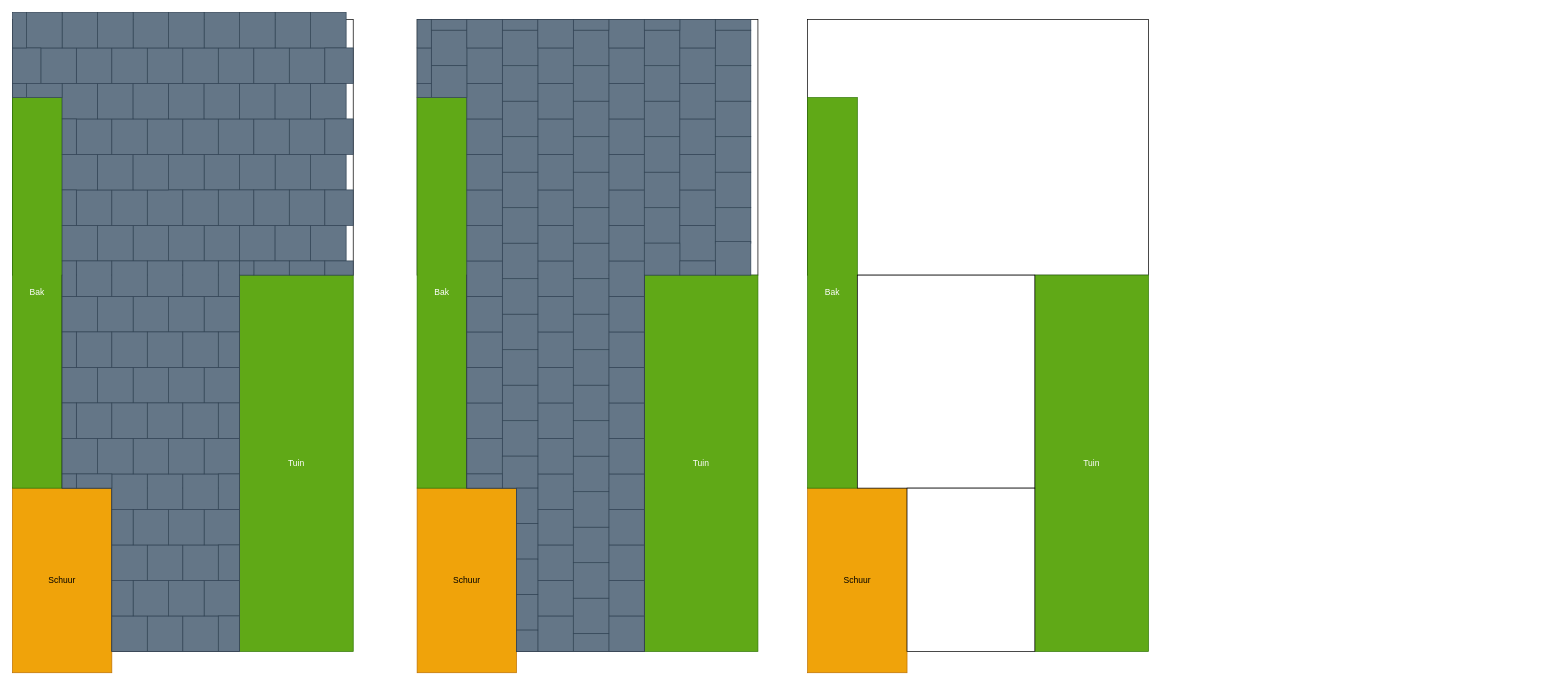
Earlier version of the draw.io diagram tuinlayout.drawio (FiekBuurman/Prompts-library). Source tidied: cells renumbered, new cells numbered last; positions are measured from the earlier drawing's top-left corner, leaving out a move shared by most shapes. Both pictures are drawn from the tidied source at 71%, with x=0, y=0 at pixel (12, 12).
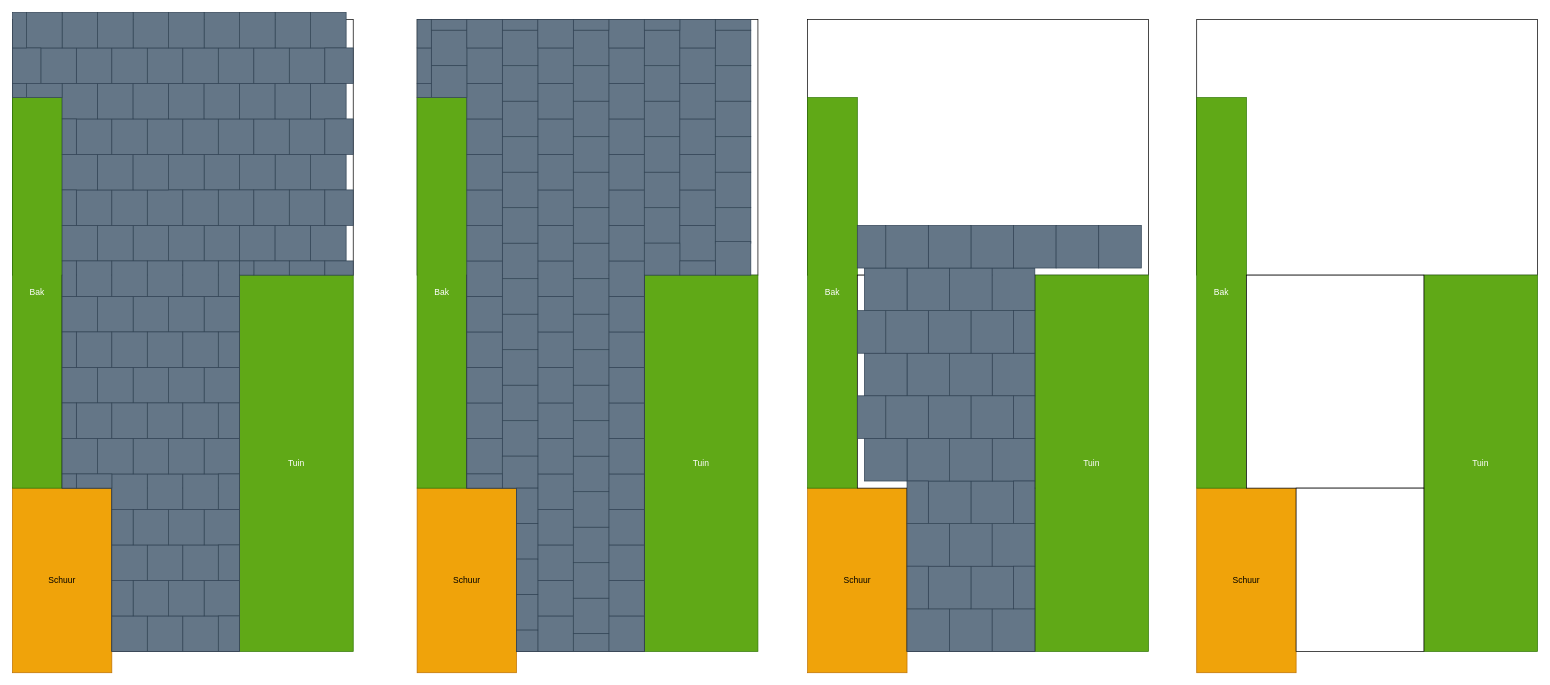
The same page after the edit.

Diff of the diagram source:
```diff
@@
+    <mxCell id="261" style="rounded=0;whiteSpace=wrap;html=1;" parent="1" vertex="1">
+      <mxGeometry x="1668" y="10" width="480" height="360" as="geometry" />
+    </mxCell>
+    <mxCell id="262" value="Tuin" style="whiteSpace=wrap;html=1;fillColor=#60a917;fontColor=#ffffff;strokeColor=#2D7600;" parent="1" vertex="1">
+      <mxGeometry x="1988" y="370" width="160" height="530" as="geometry" />
+    </mxCell>
+    <mxCell id="263" value="Schuur" style="rounded=0;whiteSpace=wrap;html=1;fillColor=#f0a30a;fontColor=#000000;strokeColor=#BD7000;" parent="1" vertex="1">
+      <mxGeometry x="1668" y="670" width="140" height="260" as="geometry" />
+    </mxCell>
+    <mxCell id="264" value="Bak" style="rounded=0;whiteSpace=wrap;html=1;fillColor=#60a917;fontColor=#ffffff;strokeColor=#2D7600;" parent="1" vertex="1">
+      <mxGeometry x="1668" y="120" width="70" height="550" as="geometry" />
+    </mxCell>
+    <mxCell id="265" style="rounded=0;whiteSpace=wrap;html=1;" parent="1" vertex="1">
+      <mxGeometry x="1738" y="370" width="250" height="300" as="geometry" />
+    </mxCell>
+    <mxCell id="266" style="rounded=0;whiteSpace=wrap;html=1;" parent="1" vertex="1">
+      <mxGeometry x="1808" y="670" width="180" height="230" as="geometry" />
+    </mxCell>
+    <mxCell id="267" style="rounded=0;whiteSpace=wrap;html=1;fillColor=#647687;strokeColor=#314354;fontColor=#ffffff;" parent="1" vertex="1">
+      <mxGeometry x="1260" y="840" width="60" height="60" as="geometry" />
+    </mxCell>
+    <mxCell id="268" style="rounded=0;whiteSpace=wrap;html=1;fillColor=#647687;strokeColor=#314354;fontColor=#ffffff;" parent="1" vertex="1">
+      <mxGeometry x="1320" y="840" width="60" height="60" as="geometry" />
+    </mxCell>
+    <mxCell id="269" style="rounded=0;whiteSpace=wrap;html=1;fillColor=#647687;strokeColor=#314354;fontColor=#ffffff;" parent="1" vertex="1">
+      <mxGeometry x="1380" y="840" width="60" height="60" as="geometry" />
+    </mxCell>
+    <mxCell id="270" style="rounded=0;whiteSpace=wrap;html=1;fillColor=#647687;strokeColor=#314354;fontColor=#ffffff;" parent="1" vertex="1">
+      <mxGeometry x="1350" y="780" width="60" height="60" as="geometry" />
+    </mxCell>
+    <mxCell id="271" style="rounded=0;whiteSpace=wrap;html=1;fillColor=#647687;strokeColor=#314354;fontColor=#ffffff;" parent="1" vertex="1">
+      <mxGeometry x="1290" y="780" width="60" height="60" as="geometry" />
+    </mxCell>
+    <mxCell id="272" style="rounded=0;whiteSpace=wrap;html=1;fillColor=#647687;strokeColor=#314354;fontColor=#ffffff;" parent="1" vertex="1">
+      <mxGeometry x="1260" y="720" width="60" height="60" as="geometry" />
+    </mxCell>
+    <mxCell id="273" style="rounded=0;whiteSpace=wrap;html=1;fillColor=#647687;strokeColor=#314354;fontColor=#ffffff;" parent="1" vertex="1">
+      <mxGeometry x="1320" y="720" width="60" height="60" as="geometry" />
+    </mxCell>
+    <mxCell id="274" style="rounded=0;whiteSpace=wrap;html=1;fillColor=#647687;strokeColor=#314354;fontColor=#ffffff;" parent="1" vertex="1">
+      <mxGeometry x="1380" y="720" width="60" height="60" as="geometry" />
+    </mxCell>
+    <mxCell id="275" style="rounded=0;whiteSpace=wrap;html=1;fillColor=#647687;strokeColor=#314354;fontColor=#ffffff;" parent="1" vertex="1">
+      <mxGeometry x="1350" y="660" width="60" height="60" as="geometry" />
+    </mxCell>
+    <mxCell id="276" style="rounded=0;whiteSpace=wrap;html=1;fillColor=#647687;strokeColor=#314354;fontColor=#ffffff;" parent="1" vertex="1">
+      <mxGeometry x="1290" y="660" width="60" height="60" as="geometry" />
+    </mxCell>
+    <mxCell id="277" style="rounded=0;whiteSpace=wrap;html=1;fillColor=#647687;strokeColor=#314354;fontColor=#ffffff;" parent="1" vertex="1">
+      <mxGeometry x="1380" y="600" width="60" height="60" as="geometry" />
+    </mxCell>
+    <mxCell id="278" style="rounded=0;whiteSpace=wrap;html=1;fillColor=#647687;strokeColor=#314354;fontColor=#ffffff;" parent="1" vertex="1">
+      <mxGeometry x="1320" y="600" width="60" height="60" as="geometry" />
+    </mxCell>
+    <mxCell id="279" style="rounded=0;whiteSpace=wrap;html=1;fillColor=#647687;strokeColor=#314354;fontColor=#ffffff;" parent="1" vertex="1">
+      <mxGeometry x="1260" y="600" width="60" height="60" as="geometry" />
+    </mxCell>
+    <mxCell id="280" style="rounded=0;whiteSpace=wrap;html=1;fillColor=#647687;strokeColor=#314354;fontColor=#ffffff;" parent="1" vertex="1">
+      <mxGeometry x="1200" y="600" width="60" height="60" as="geometry" />
+    </mxCell>
+    <mxCell id="281" style="rounded=0;whiteSpace=wrap;html=1;fillColor=#647687;strokeColor=#314354;fontColor=#ffffff;" parent="1" vertex="1">
+      <mxGeometry x="1380" y="480" width="60" height="60" as="geometry" />
+    </mxCell>
+    <mxCell id="282" style="rounded=0;whiteSpace=wrap;html=1;fillColor=#647687;strokeColor=#314354;fontColor=#ffffff;" parent="1" vertex="1">
+      <mxGeometry x="1320" y="480" width="60" height="60" as="geometry" />
+    </mxCell>
+    <mxCell id="283" style="rounded=0;whiteSpace=wrap;html=1;fillColor=#647687;strokeColor=#314354;fontColor=#ffffff;" parent="1" vertex="1">
+      <mxGeometry x="1260" y="480" width="60" height="60" as="geometry" />
+    </mxCell>
+    <mxCell id="284" style="rounded=0;whiteSpace=wrap;html=1;fillColor=#647687;strokeColor=#314354;fontColor=#ffffff;" parent="1" vertex="1">
+      <mxGeometry x="1200" y="480" width="60" height="60" as="geometry" />
+    </mxCell>
+    <mxCell id="285" style="rounded=0;whiteSpace=wrap;html=1;fillColor=#647687;strokeColor=#314354;fontColor=#ffffff;" parent="1" vertex="1">
+      <mxGeometry x="1350" y="420" width="60" height="60" as="geometry" />
+    </mxCell>
+    <mxCell id="286" style="rounded=0;whiteSpace=wrap;html=1;fillColor=#647687;strokeColor=#314354;fontColor=#ffffff;" parent="1" vertex="1">
+      <mxGeometry x="1290" y="420" width="60" height="60" as="geometry" />
+    </mxCell>
+    <mxCell id="287" style="rounded=0;whiteSpace=wrap;html=1;fillColor=#647687;strokeColor=#314354;fontColor=#ffffff;" parent="1" vertex="1">
+      <mxGeometry x="1230" y="420" width="60" height="60" as="geometry" />
+    </mxCell>
+    <mxCell id="288" style="rounded=0;whiteSpace=wrap;html=1;fillColor=#647687;strokeColor=#314354;fontColor=#ffffff;" parent="1" vertex="1">
+      <mxGeometry x="1190" y="420" width="40" height="60" as="geometry" />
+    </mxCell>
+    <mxCell id="289" style="rounded=0;whiteSpace=wrap;html=1;fillColor=#647687;strokeColor=#314354;fontColor=#ffffff;" parent="1" vertex="1">
+      <mxGeometry x="1260" y="360" width="60" height="60" as="geometry" />
+    </mxCell>
+    <mxCell id="290" style="rounded=0;whiteSpace=wrap;html=1;fillColor=#647687;strokeColor=#314354;fontColor=#ffffff;" parent="1" vertex="1">
+      <mxGeometry x="1320" y="360" width="60" height="60" as="geometry" />
+    </mxCell>
+    <mxCell id="291" style="rounded=0;whiteSpace=wrap;html=1;fillColor=#647687;strokeColor=#314354;fontColor=#ffffff;" parent="1" vertex="1">
+      <mxGeometry x="1380" y="360" width="60" height="60" as="geometry" />
+    </mxCell>
+    <mxCell id="292" style="rounded=0;whiteSpace=wrap;html=1;fillColor=#647687;strokeColor=#314354;fontColor=#ffffff;" parent="1" vertex="1">
+      <mxGeometry x="1200" y="360" width="60" height="60" as="geometry" />
+    </mxCell>
+    <mxCell id="293" style="rounded=0;whiteSpace=wrap;html=1;fillColor=#647687;strokeColor=#314354;fontColor=#ffffff;" parent="1" vertex="1">
+      <mxGeometry x="1350" y="540" width="60" height="60" as="geometry" />
+    </mxCell>
+    <mxCell id="294" style="rounded=0;whiteSpace=wrap;html=1;fillColor=#647687;strokeColor=#314354;fontColor=#ffffff;" parent="1" vertex="1">
+      <mxGeometry x="1290" y="540" width="60" height="60" as="geometry" />
+    </mxCell>
+    <mxCell id="295" style="rounded=0;whiteSpace=wrap;html=1;fillColor=#647687;strokeColor=#314354;fontColor=#ffffff;" parent="1" vertex="1">
+      <mxGeometry x="1230" y="540" width="60" height="60" as="geometry" />
+    </mxCell>
+    <mxCell id="296" style="rounded=0;whiteSpace=wrap;html=1;fillColor=#647687;strokeColor=#314354;fontColor=#ffffff;" parent="1" vertex="1">
+      <mxGeometry x="1190" y="540" width="40" height="60" as="geometry" />
+    </mxCell>
+    <mxCell id="297" style="rounded=0;whiteSpace=wrap;html=1;fillColor=#647687;strokeColor=#314354;fontColor=#ffffff;" parent="1" vertex="1">
+      <mxGeometry x="1410" y="540" width="30" height="60" as="geometry" />
+    </mxCell>
+    <mxCell id="298" style="rounded=0;whiteSpace=wrap;html=1;fillColor=#647687;strokeColor=#314354;fontColor=#ffffff;" parent="1" vertex="1">
+      <mxGeometry x="1410" y="780" width="30" height="60" as="geometry" />
+    </mxCell>
+    <mxCell id="299" style="rounded=0;whiteSpace=wrap;html=1;fillColor=#647687;strokeColor=#314354;fontColor=#ffffff;" parent="1" vertex="1">
+      <mxGeometry x="1260" y="780" width="30" height="60" as="geometry" />
+    </mxCell>
+    <mxCell id="300" style="rounded=0;whiteSpace=wrap;html=1;fillColor=#647687;strokeColor=#314354;fontColor=#ffffff;" parent="1" vertex="1">
+      <mxGeometry x="1260" y="660" width="30" height="60" as="geometry" />
+    </mxCell>
+    <mxCell id="301" style="rounded=0;whiteSpace=wrap;html=1;fillColor=#647687;strokeColor=#314354;fontColor=#ffffff;" parent="1" vertex="1">
+      <mxGeometry x="1410" y="660" width="30" height="60" as="geometry" />
+    </mxCell>
+    <mxCell id="302" style="rounded=0;whiteSpace=wrap;html=1;fillColor=#647687;strokeColor=#314354;fontColor=#ffffff;" parent="1" vertex="1">
+      <mxGeometry x="1410" y="420" width="30" height="60" as="geometry" />
+    </mxCell>
+    <mxCell id="303" style="rounded=0;whiteSpace=wrap;html=1;fillColor=#647687;strokeColor=#314354;fontColor=#ffffff;" parent="1" vertex="1">
+      <mxGeometry x="1350" y="300" width="60" height="60" as="geometry" />
+    </mxCell>
+    <mxCell id="304" style="rounded=0;whiteSpace=wrap;html=1;fillColor=#647687;strokeColor=#314354;fontColor=#ffffff;" parent="1" vertex="1">
+      <mxGeometry x="1410" y="300" width="60" height="60" as="geometry" />
+    </mxCell>
+    <mxCell id="305" style="rounded=0;whiteSpace=wrap;html=1;fillColor=#647687;strokeColor=#314354;fontColor=#ffffff;" parent="1" vertex="1">
+      <mxGeometry x="1470" y="300" width="60" height="60" as="geometry" />
+    </mxCell>
+    <mxCell id="306" style="rounded=0;whiteSpace=wrap;html=1;fillColor=#647687;strokeColor=#314354;fontColor=#ffffff;" parent="1" vertex="1">
+      <mxGeometry x="1530" y="300" width="60" height="60" as="geometry" />
+    </mxCell>
+    <mxCell id="307" style="rounded=0;whiteSpace=wrap;html=1;fillColor=#647687;strokeColor=#314354;fontColor=#ffffff;" parent="1" vertex="1">
+      <mxGeometry x="1290" y="300" width="60" height="60" as="geometry" />
+    </mxCell>
+    <mxCell id="308" style="rounded=0;whiteSpace=wrap;html=1;fillColor=#647687;strokeColor=#314354;fontColor=#ffffff;" parent="1" vertex="1">
+      <mxGeometry x="1230" y="300" width="60" height="60" as="geometry" />
+    </mxCell>
+    <mxCell id="309" style="rounded=0;whiteSpace=wrap;html=1;fillColor=#647687;strokeColor=#314354;fontColor=#ffffff;" parent="1" vertex="1">
+      <mxGeometry x="1190" y="300" width="40" height="60" as="geometry" />
+    </mxCell>
```
